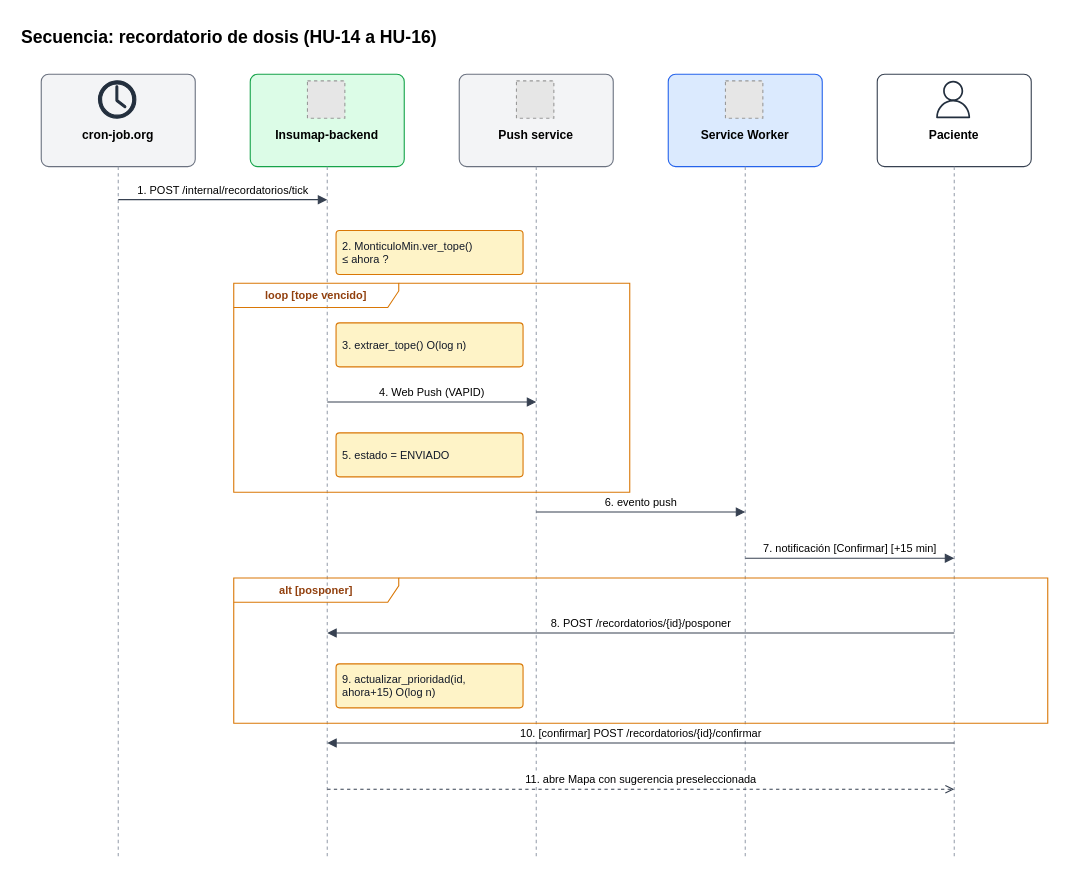
Above: docs/images/seq-recordatorio.drawio in NicoalsD/Insumap-backend (draw.io), before the change. Source tidied: cells renumbered, new cells numbered last; positions are measured from the earlier drawing's top-left corner, leaving out a move shared by most shapes. Both pictures are drawn from the tidied source at 110%, with x=0, y=0 at pixel (19, 19). Pictures stored in the file or linked from it are replaced by grey dashed boxes.
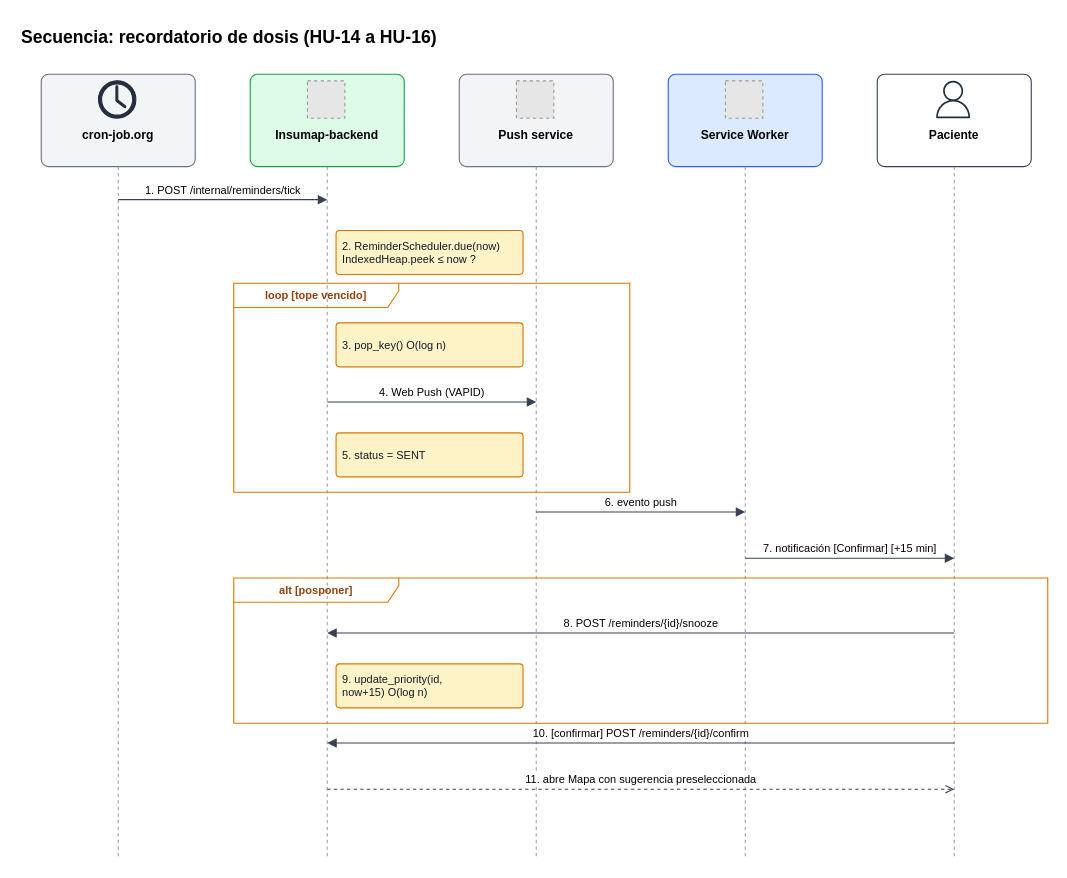
The same page after the edit.

Change to the diagram source:
```diff
@@
-    <mxCell id="25" value="1. POST /internal/recordatorios/tick" style="html=1;endArrow=block;endFill=1;strokeColor=#374151;fontFamily=Helvetica;fontSize=10;labelBackgroundColor=#FFFFFF;verticalAlign=bottom;" parent="1" edge="1">
+    <mxCell id="25" value="1. POST /internal/reminders/tick" style="html=1;endArrow=block;endFill=1;strokeColor=#374151;fontFamily=Helvetica;fontSize=10;labelBackgroundColor=#FFFFFF;verticalAlign=bottom;" parent="1" edge="1">
       <mxGeometry relative="1" as="geometry">
         <mxPoint x="90" y="164" as="sourcePoint" />
         <mxPoint x="280" y="164" as="targetPoint" />
       </mxGeometry>
     </mxCell>
-    <mxCell id="26" value="2. MonticuloMin.ver_tope()&lt;br&gt;≤ ahora ?" style="rounded=1;whiteSpace=wrap;html=1;arcSize=8;fillColor=#FEF3C7;strokeColor=#D97706;fontColor=#111827;fontFamily=Helvetica;fontSize=12;fontSize=10;align=left;spacingLeft=4;" parent="1" vertex="1">
+    <mxCell id="26" value="2. ReminderScheduler.due(now)&lt;br&gt;IndexedHeap.peek ≤ now ?" style="rounded=1;whiteSpace=wrap;html=1;arcSize=8;fillColor=#FEF3C7;strokeColor=#D97706;fontColor=#111827;fontFamily=Helvetica;fontSize=12;fontSize=10;align=left;spacingLeft=4;" parent="1" vertex="1">
       <mxGeometry x="288" y="192" width="170" height="40" as="geometry" />
     </mxCell>
-    <mxCell id="27" value="3. extraer_tope() O(log n)" style="rounded=1;whiteSpace=wrap;html=1;arcSize=8;fillColor=#FEF3C7;strokeColor=#D97706;fontColor=#111827;fontFamily=Helvetica;fontSize=12;fontSize=10;align=left;spacingLeft=4;" parent="1" vertex="1">
+    <mxCell id="27" value="3. pop_key() O(log n)" style="rounded=1;whiteSpace=wrap;html=1;arcSize=8;fillColor=#FEF3C7;strokeColor=#D97706;fontColor=#111827;fontFamily=Helvetica;fontSize=12;fontSize=10;align=left;spacingLeft=4;" parent="1" vertex="1">
       <mxGeometry x="288" y="276" width="170" height="40" as="geometry" />
     </mxCell>
@@
-    <mxCell id="29" value="5. estado = ENVIADO" style="rounded=1;whiteSpace=wrap;html=1;arcSize=8;fillColor=#FEF3C7;strokeColor=#D97706;fontColor=#111827;fontFamily=Helvetica;fontSize=12;fontSize=10;align=left;spacingLeft=4;" parent="1" vertex="1">
+    <mxCell id="29" value="5. status = SENT" style="rounded=1;whiteSpace=wrap;html=1;arcSize=8;fillColor=#FEF3C7;strokeColor=#D97706;fontColor=#111827;fontFamily=Helvetica;fontSize=12;fontSize=10;align=left;spacingLeft=4;" parent="1" vertex="1">
       <mxGeometry x="288" y="376" width="170" height="40" as="geometry" />
     </mxCell>
@@
-    <mxCell id="32" value="8. POST /recordatorios/{id}/posponer" style="html=1;endArrow=block;endFill=1;strokeColor=#374151;fontFamily=Helvetica;fontSize=10;labelBackgroundColor=#FFFFFF;verticalAlign=bottom;" parent="1" edge="1">
+    <mxCell id="32" value="8. POST /reminders/{id}/snooze" style="html=1;endArrow=block;endFill=1;strokeColor=#374151;fontFamily=Helvetica;fontSize=10;labelBackgroundColor=#FFFFFF;verticalAlign=bottom;" parent="1" edge="1">
       <mxGeometry relative="1" as="geometry">
         <mxPoint x="850" y="558" as="sourcePoint" />
         <mxPoint x="280" y="558" as="targetPoint" />
       </mxGeometry>
     </mxCell>
-    <mxCell id="33" value="9. actualizar_prioridad(id,&lt;br&gt;ahora+15) O(log n)" style="rounded=1;whiteSpace=wrap;html=1;arcSize=8;fillColor=#FEF3C7;strokeColor=#D97706;fontColor=#111827;fontFamily=Helvetica;fontSize=12;fontSize=10;align=left;spacingLeft=4;" parent="1" vertex="1">
+    <mxCell id="33" value="9. update_priority(id,&lt;br&gt;now+15) O(log n)" style="rounded=1;whiteSpace=wrap;html=1;arcSize=8;fillColor=#FEF3C7;strokeColor=#D97706;fontColor=#111827;fontFamily=Helvetica;fontSize=12;fontSize=10;align=left;spacingLeft=4;" parent="1" vertex="1">
       <mxGeometry x="288" y="586" width="170" height="40" as="geometry" />
     </mxCell>
-    <mxCell id="34" value="10. [confirmar] POST /recordatorios/{id}/confirmar" style="html=1;endArrow=block;endFill=1;strokeColor=#374151;fontFamily=Helvetica;fontSize=10;labelBackgroundColor=#FFFFFF;verticalAlign=bottom;" parent="1" edge="1">
+    <mxCell id="34" value="10. [confirmar] POST /reminders/{id}/confirm" style="html=1;endArrow=block;endFill=1;strokeColor=#374151;fontFamily=Helvetica;fontSize=10;labelBackgroundColor=#FFFFFF;verticalAlign=bottom;" parent="1" edge="1">
       <mxGeometry relative="1" as="geometry">
         <mxPoint x="850" y="658" as="sourcePoint" />
         <mxPoint x="280" y="658" as="targetPoint" />
       </mxGeometry>
     </mxCell>
```
